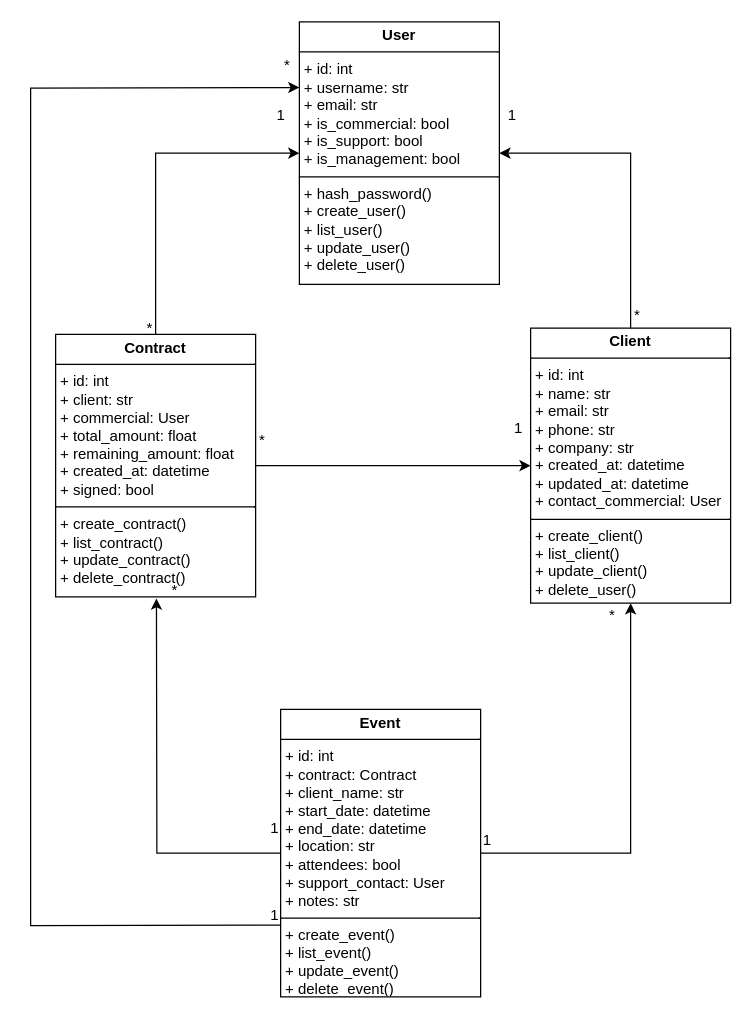
siwax74/P13_SECURE_MYSQL_EPIC_EVENTS keeps this draw.io diagram as UML_Epic_Events.drawio. Above is the earlier version. Source tidied: cells renumbered, new cells numbered last; positions are measured from the earlier drawing's top-left corner, leaving out a move shared by most shapes. Both pictures are drawn from the tidied source at 125%, with x=0, y=0 at pixel (30, 21).
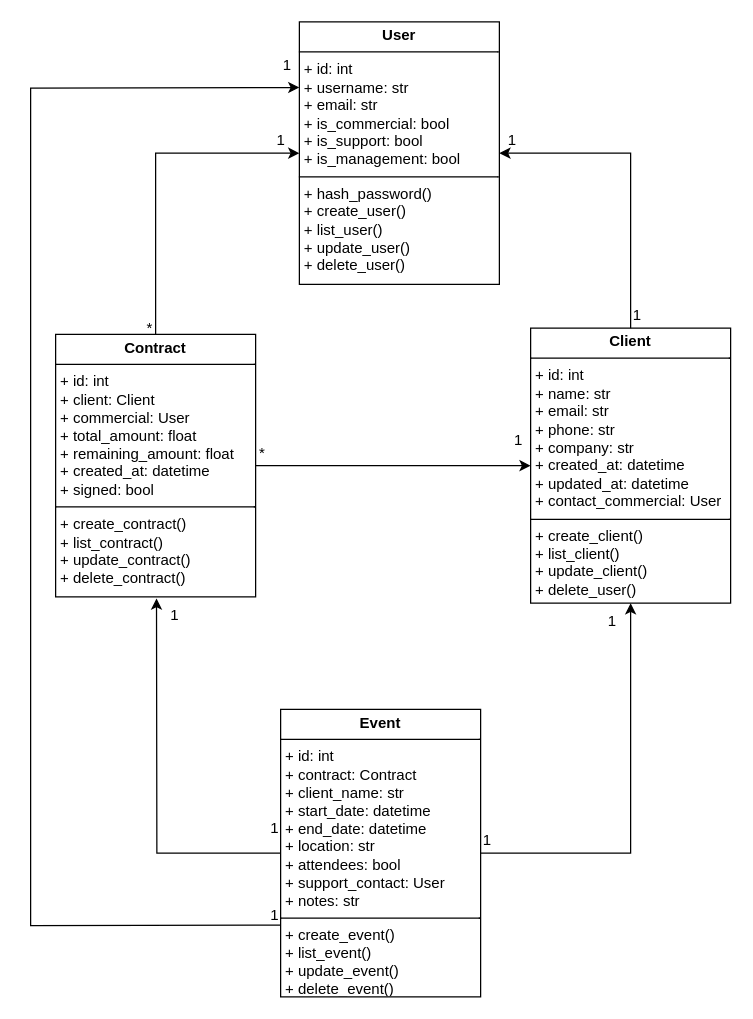
After the change.

The change refers to these unchanged cells:
```xml
<mxCell id="5" value="&lt;p style=&quot;margin:0px;margin-top:4px;text-align:center;&quot;&gt;&lt;b&gt;Event&lt;/b&gt;&lt;/p&gt;&lt;hr size=&quot;1&quot; style=&quot;border-style:solid;&quot;&gt;&lt;p style=&quot;margin:0px;margin-left:4px;&quot;&gt;+ id: int&lt;/p&gt;&lt;p style=&quot;margin:0px;margin-left:4px;&quot;&gt;+ contract: Contract&lt;/p&gt;&lt;p style=&quot;margin:0px;margin-left:4px;&quot;&gt;+ client_name: str&lt;/p&gt;&lt;p style=&quot;margin:0px;margin-left:4px;&quot;&gt;+ start_date: datetime&lt;/p&gt;&lt;p style=&quot;margin:0px;margin-left:4px;&quot;&gt;+ end_date: datetime&lt;/p&gt;&lt;p style=&quot;margin:0px;margin-left:4px;&quot;&gt;+ location: str&lt;/p&gt;&lt;p style=&quot;margin:0px;margin-left:4px;&quot;&gt;+ attendees: bool&lt;/p&gt;&lt;p style=&quot;margin:0px;margin-left:4px;&quot;&gt;+ support_contact: User&lt;/p&gt;&lt;p style=&quot;margin:0px;margin-left:4px;&quot;&gt;+ notes: str&lt;/p&gt;&lt;hr size=&quot;1&quot; style=&quot;border-style:solid;&quot;&gt;&lt;p style=&quot;margin:0px;margin-left:4px;&quot;&gt;+ create_event()&lt;/p&gt;&lt;p style=&quot;margin:0px;margin-left:4px;&quot;&gt;+ list_event()&lt;/p&gt;&lt;p style=&quot;margin:0px;margin-left:4px;&quot;&gt;+ update_event()&lt;/p&gt;&lt;p style=&quot;margin:0px;margin-left:4px;&quot;&gt;+ delete_event()&lt;/p&gt;" style="verticalAlign=top;align=left;overflow=fill;html=1;whiteSpace=wrap;" parent="1" vertex="1">
  <mxGeometry x="200" y="550" width="160" height="230" as="geometry" />
</mxCell>
```

Change to the diagram source:
```diff
@@
-    <mxCell id="4" value="&lt;p style=&quot;margin:0px;margin-top:4px;text-align:center;&quot;&gt;&lt;b&gt;Contract&lt;/b&gt;&lt;/p&gt;&lt;hr size=&quot;1&quot; style=&quot;border-style:solid;&quot;&gt;&lt;p style=&quot;margin:0px;margin-left:4px;&quot;&gt;+ id: int&lt;/p&gt;&lt;p style=&quot;margin:0px;margin-left:4px;&quot;&gt;+ client: str&lt;/p&gt;&lt;p style=&quot;margin:0px;margin-left:4px;&quot;&gt;+ commercial: User&lt;/p&gt;&lt;p style=&quot;margin:0px;margin-left:4px;&quot;&gt;+ total_amount: float&lt;/p&gt;&lt;p style=&quot;margin:0px;margin-left:4px;&quot;&gt;+ remaining_amount: float&lt;/p&gt;&lt;p style=&quot;margin:0px;margin-left:4px;&quot;&gt;+ created_at: datetime&lt;/p&gt;&lt;p style=&quot;margin:0px;margin-left:4px;&quot;&gt;+ signed: bool&lt;/p&gt;&lt;hr size=&quot;1&quot; style=&quot;border-style:solid;&quot;&gt;&lt;p style=&quot;margin:0px;margin-left:4px;&quot;&gt;+ create_contract()&lt;/p&gt;&lt;p style=&quot;margin:0px;margin-left:4px;&quot;&gt;+ list_contract()&lt;/p&gt;&lt;p style=&quot;margin:0px;margin-left:4px;&quot;&gt;+ update_contract()&lt;/p&gt;&lt;p style=&quot;margin:0px;margin-left:4px;&quot;&gt;+ delete_contract()&lt;/p&gt;" style="verticalAlign=top;align=left;overflow=fill;html=1;whiteSpace=wrap;" parent="1" vertex="1">
+    <mxCell id="4" value="&lt;p style=&quot;margin:0px;margin-top:4px;text-align:center;&quot;&gt;&lt;b&gt;Contract&lt;/b&gt;&lt;/p&gt;&lt;hr size=&quot;1&quot; style=&quot;border-style:solid;&quot;&gt;&lt;p style=&quot;margin:0px;margin-left:4px;&quot;&gt;+ id: int&lt;/p&gt;&lt;p style=&quot;margin:0px;margin-left:4px;&quot;&gt;+ client: Client&lt;/p&gt;&lt;p style=&quot;margin:0px;margin-left:4px;&quot;&gt;+ commercial: User&lt;/p&gt;&lt;p style=&quot;margin:0px;margin-left:4px;&quot;&gt;+ total_amount: float&lt;/p&gt;&lt;p style=&quot;margin:0px;margin-left:4px;&quot;&gt;+ remaining_amount: float&lt;/p&gt;&lt;p style=&quot;margin:0px;margin-left:4px;&quot;&gt;+ created_at: datetime&lt;/p&gt;&lt;p style=&quot;margin:0px;margin-left:4px;&quot;&gt;+ signed: bool&lt;/p&gt;&lt;hr size=&quot;1&quot; style=&quot;border-style:solid;&quot;&gt;&lt;p style=&quot;margin:0px;margin-left:4px;&quot;&gt;+ create_contract()&lt;/p&gt;&lt;p style=&quot;margin:0px;margin-left:4px;&quot;&gt;+ list_contract()&lt;/p&gt;&lt;p style=&quot;margin:0px;margin-left:4px;&quot;&gt;+ update_contract()&lt;/p&gt;&lt;p style=&quot;margin:0px;margin-left:4px;&quot;&gt;+ delete_contract()&lt;/p&gt;" style="verticalAlign=top;align=left;overflow=fill;html=1;whiteSpace=wrap;" parent="1" vertex="1">
       <mxGeometry x="20" y="250" width="160" height="210" as="geometry" />
     </mxCell>
@@
     <mxCell id="6" value="1" style="text;html=1;align=center;verticalAlign=middle;strokeColor=none;fillColor=none;" parent="1" vertex="1">
-      <mxGeometry x="375" y="310" width="30" height="30" as="geometry" />
+      <mxGeometry x="375" y="320" width="30" height="30" as="geometry" />
     </mxCell>
     <mxCell id="7" value="*" style="text;html=1;align=center;verticalAlign=middle;strokeColor=none;fillColor=none;" parent="1" vertex="1">
-      <mxGeometry x="170" y="320" width="30" height="30" as="geometry" />
+      <mxGeometry x="170" y="330" width="30" height="30" as="geometry" />
     </mxCell>
@@
     <mxCell id="12" value="1" style="text;html=1;align=center;verticalAlign=middle;strokeColor=none;fillColor=none;" parent="1" vertex="1">
-      <mxGeometry x="185" y="60" width="30" height="30" as="geometry" />
+      <mxGeometry x="185" y="80" width="30" height="30" as="geometry" />
     </mxCell>
@@
-    <mxCell id="14" style="endArrow=classic;html=1;rounded=0;exitX=0;exitY=0.5;exitDx=0;exitDy=0;entryX=0.022;entryY=0.711;entryDx=0;entryDy=0;entryPerimeter=0;" parent="1" edge="1" source="5" target="17">
+    <mxCell id="14" style="endArrow=classic;html=1;rounded=0;exitX=0;exitY=0.5;exitDx=0;exitDy=0;entryX=0.022;entryY=0.711;entryDx=0;entryDy=0;entryPerimeter=0;" parent="1" edge="1" source="5">
       <mxGeometry relative="1" as="geometry">
+        <mxPoint x="100.7" y="461.3" as="targetPoint" />
         <Array as="points">
           <mxPoint x="101" y="665" />
         </Array>
       </mxGeometry>
     </mxCell>
@@
-    <mxCell id="17" value="*" style="text;html=1;align=center;verticalAlign=middle;points=[];strokeColor=none;fillColor=none;" parent="1" vertex="1">
-      <mxGeometry x="100" y="440" width="30" height="30" as="geometry" />
-    </mxCell>
-    <mxCell id="18" value="*" style="text;html=1;align=center;verticalAlign=middle;strokeColor=none;fillColor=none;" parent="1" vertex="1">
-      <mxGeometry x="450" y="460" width="30" height="30" as="geometry" />
-    </mxCell>
@@
-    <mxCell id="21" value="*" style="text;html=1;align=center;verticalAlign=middle;strokeColor=none;fillColor=none;" parent="1" vertex="1">
-      <mxGeometry x="190" y="20" width="30" height="30" as="geometry" />
-    </mxCell>
     <mxCell id="22" value="1" style="text;html=1;align=center;verticalAlign=middle;strokeColor=none;fillColor=none;" parent="1" vertex="1">
-      <mxGeometry x="370" y="60" width="30" height="30" as="geometry" />
+      <mxGeometry x="370" y="80" width="30" height="30" as="geometry" />
     </mxCell>
-    <mxCell id="23" value="*" style="text;html=1;align=center;verticalAlign=middle;strokeColor=none;fillColor=none;" parent="1" vertex="1">
-      <mxGeometry x="470" y="220" width="30" height="30" as="geometry" />
-    </mxCell>
+    <mxCell id="24" value="1" style="text;html=1;align=center;verticalAlign=middle;strokeColor=none;fillColor=none;" parent="1" vertex="1">
+      <mxGeometry x="470" y="220" width="30" height="30" as="geometry" />
+    </mxCell>
+    <mxCell id="25" value="1" style="text;html=1;align=center;verticalAlign=middle;strokeColor=none;fillColor=none;" parent="1" vertex="1">
+      <mxGeometry x="450" y="465" width="30" height="30" as="geometry" />
+    </mxCell>
+    <mxCell id="26" value="1" style="text;html=1;align=center;verticalAlign=middle;strokeColor=none;fillColor=none;" parent="1" vertex="1">
+      <mxGeometry x="100" y="460" width="30" height="30" as="geometry" />
+    </mxCell>
+    <mxCell id="27" value="1" style="text;html=1;align=center;verticalAlign=middle;strokeColor=none;fillColor=none;" parent="1" vertex="1">
+      <mxGeometry x="190" y="20" width="30" height="30" as="geometry" />
+    </mxCell>
```
